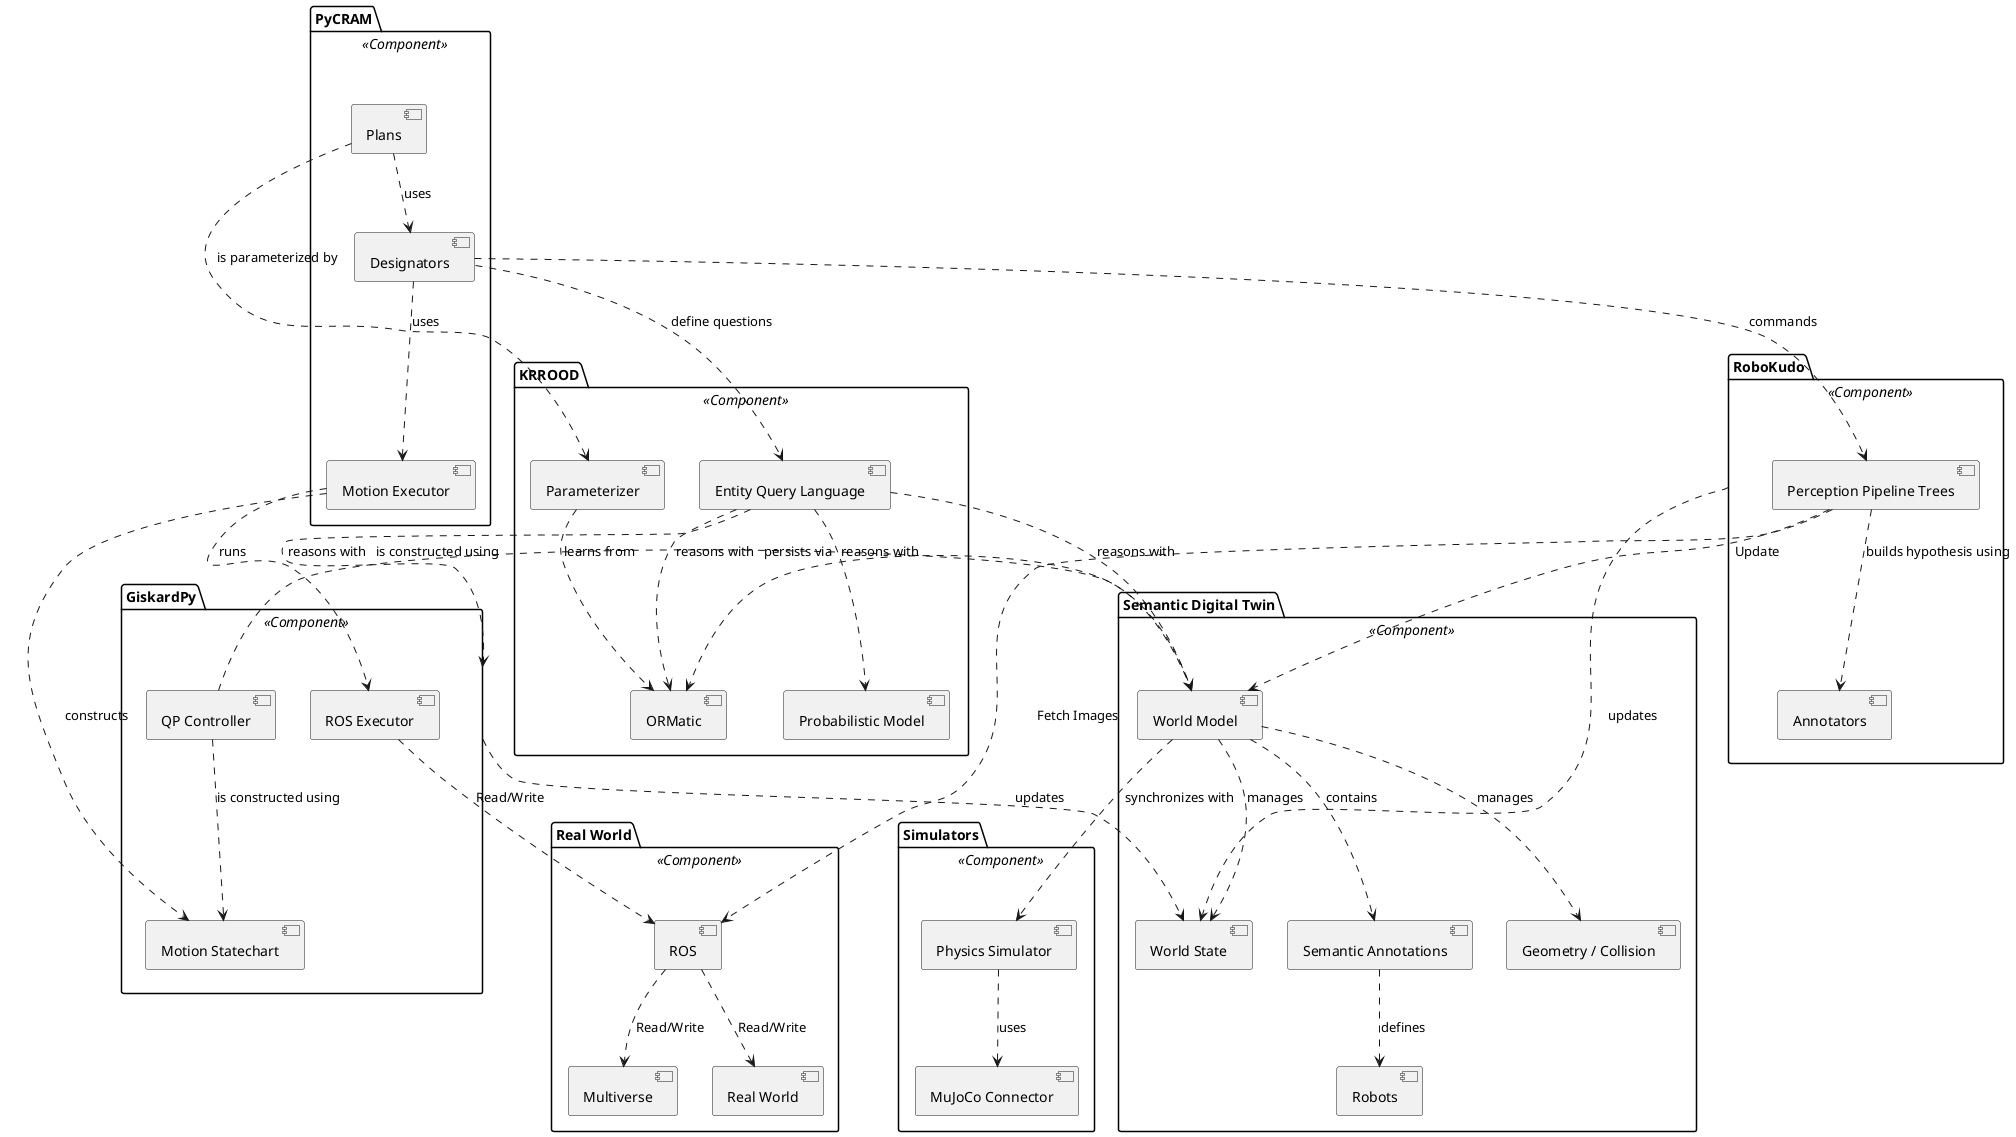
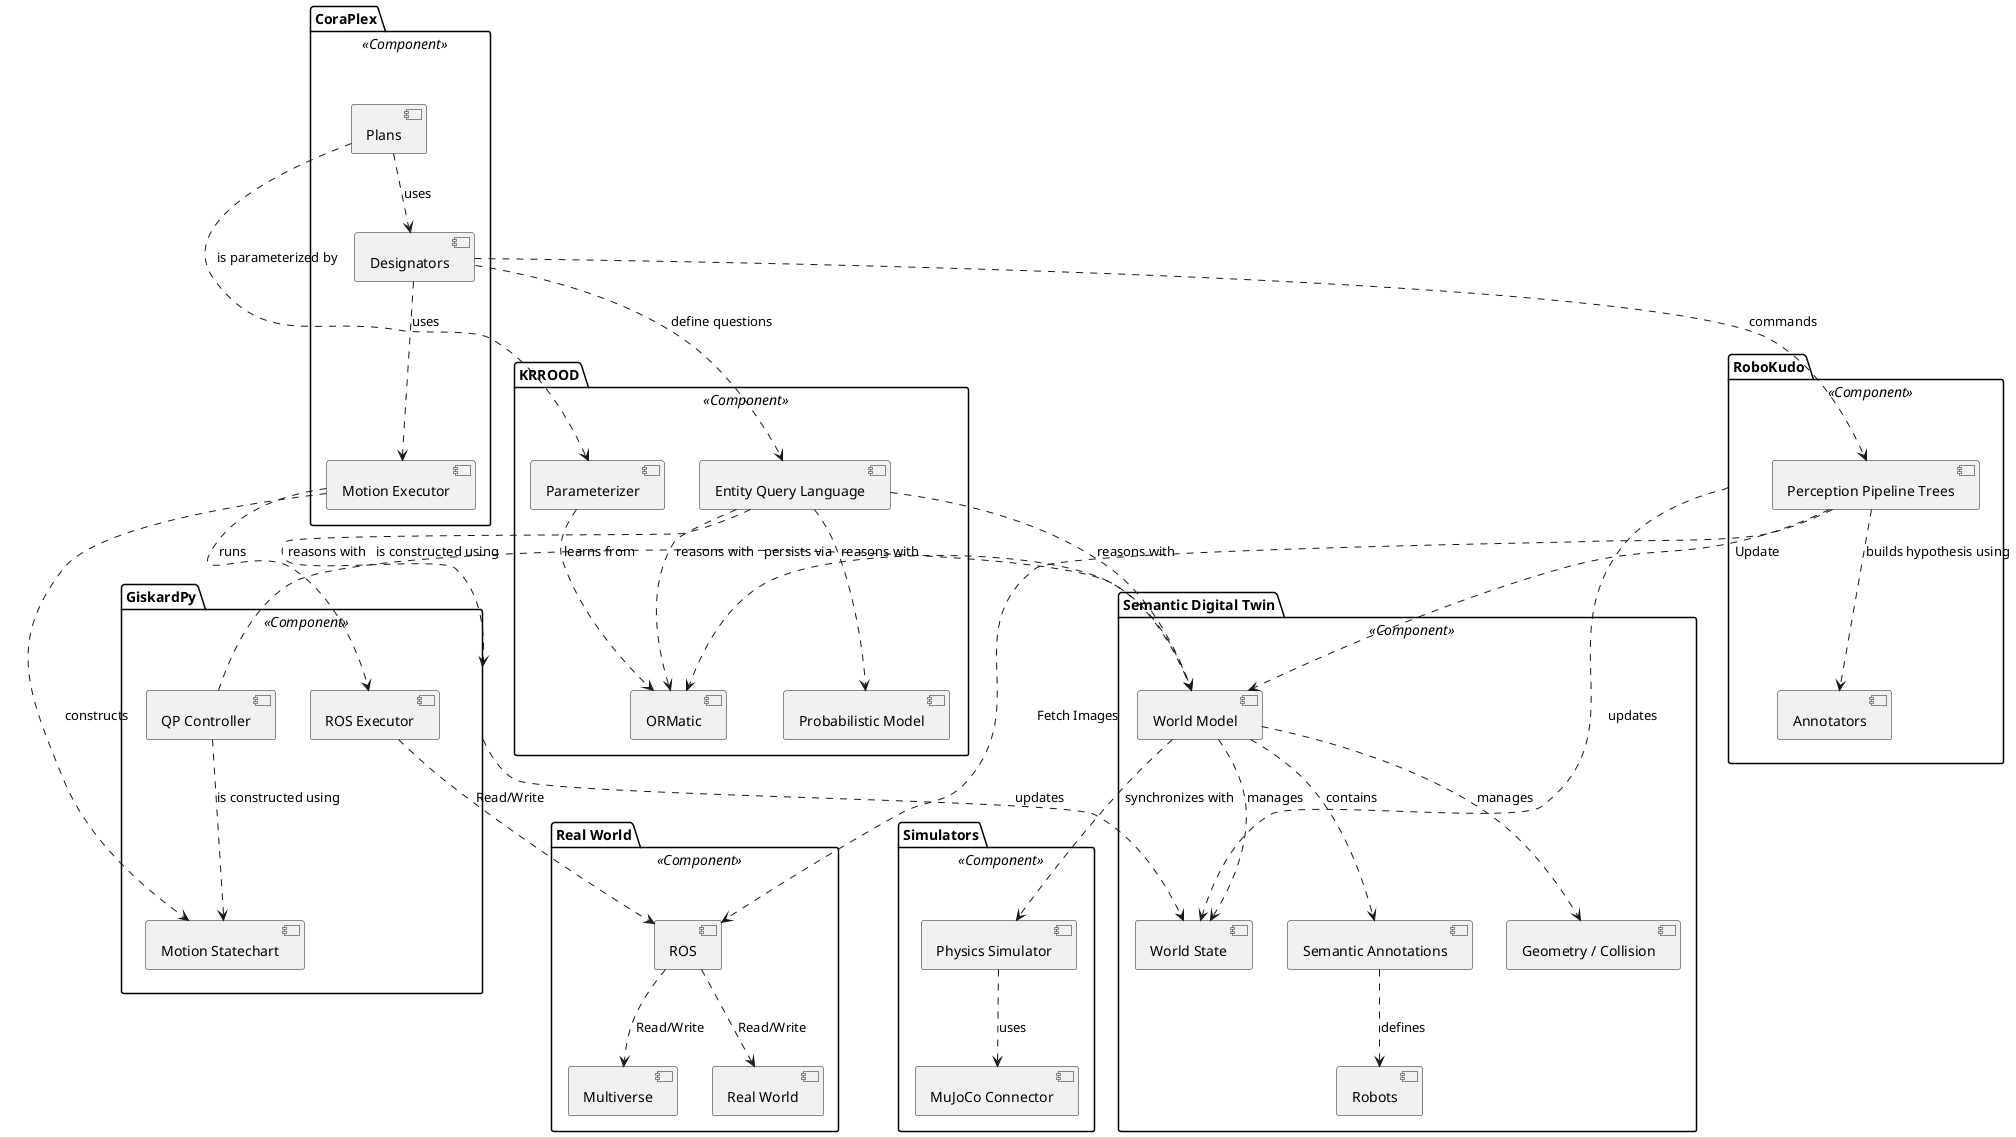
@startuml
skinparam componentStyle uml2
- package "PyCRAM" <<Component>> {
+ package "CoraPlex" <<Component>> {
    [Plans] as Plans
    [Designators] as Designators
    [Motion Executor] as MotionExecutor
}
package "Semantic Digital Twin" <<Component>> {
    [World Model] as WorldModel
    [Semantic Annotations] as Annotations
    [Geometry / Collision] as Geometry
    [World State] as WorldState
    [Robots] as Robots
}
package "GiskardPy" <<Component>> {
    [Motion Statechart] as Statechart
    [QP Controller] as QPController
    [ROS Executor] as RosExecutor
}
package "KRROOD" <<Component>> {
    [Entity Query Language] as EQL
    [ORMatic] as ORM
    [Probabilistic Model] as PM
    [Parameterizer] as Parameterizer
}
package "Simulators" <<Component>> {
    [Physics Simulator] as MultiSim
    [MuJoCo Connector] as Mujoco
}
package "Real World" <<Component>> {
    [ROS] as ROS
    [Multiverse] as Multiverse
    [Real World] as RealWorld
}
package "RoboKudo" <<Component>> {
[Perception Pipeline Trees] as Pipeline
[Annotators] as Annotators
}
' Relationships
Plans ..> Designators : uses
Plans ..> Parameterizer : is parameterized by
Pipeline ..> Annotators : builds hypothesis using
Parameterizer ..> ORM : learns from
Designators ..> MotionExecutor: uses
MotionExecutor ..> Statechart : constructs
MotionExecutor ..> RosExecutor : runs
WorldModel ..> ORM : persists via
WorldModel ..> Annotations : contains
WorldModel ..> Geometry : manages
WorldModel ..> WorldState : manages
GiskardPy ..> WorldState : updates
RoboKudo ..> WorldState : updates
Annotations ..> Robots : defines
Designators ..> EQL : define questions
QPController ..> Statechart : is constructed using
QPController ..> WorldModel : is constructed using
Designators ..> Pipeline : commands
EQL ..> ORM : reasons with
EQL ..> PM : reasons with
EQL ..> WorldModel : reasons with
EQL ..> GiskardPy : reasons with
RosExecutor ..> ROS : Read/Write
ROS ..> RealWorld : Read/Write
ROS ..> Multiverse : Read/Write
MultiSim ..> Mujoco : uses
WorldModel ..> MultiSim : synchronizes with
Pipeline ..> ROS : Fetch Images
Pipeline ..> WorldModel : Update
@enduml